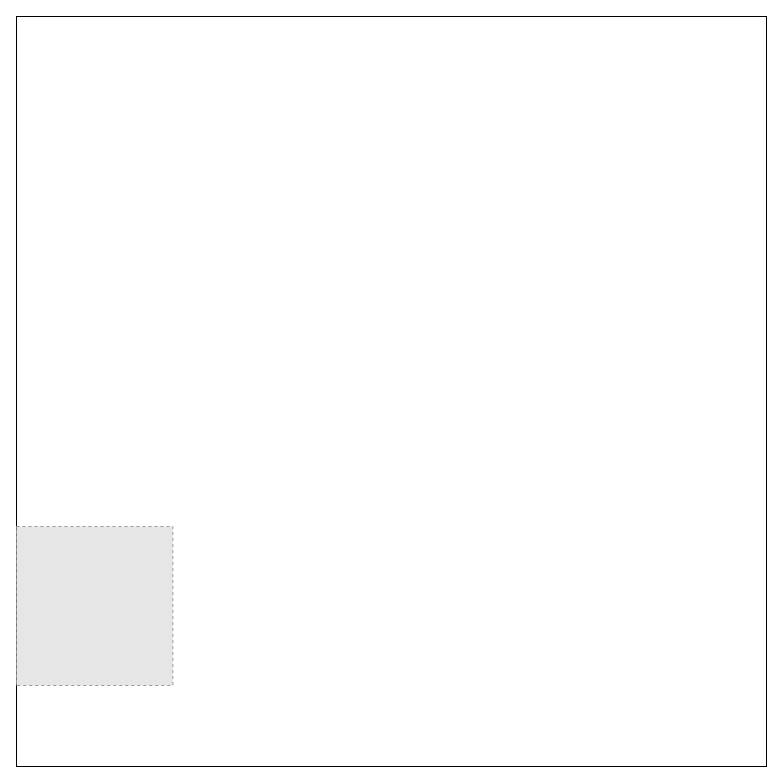
Above: GardenDesign Diagram.drawio in kpbindu/Diagrams (draw.io), before the change. Source tidied: cells renumbered, new cells numbered last; positions are measured from the earlier drawing's top-left corner, leaving out a move shared by most shapes. Both pictures are drawn from the tidied source at 100%, with x=0, y=0 at pixel (16, 16). Pictures stored in the file or linked from it are replaced by grey dashed boxes.
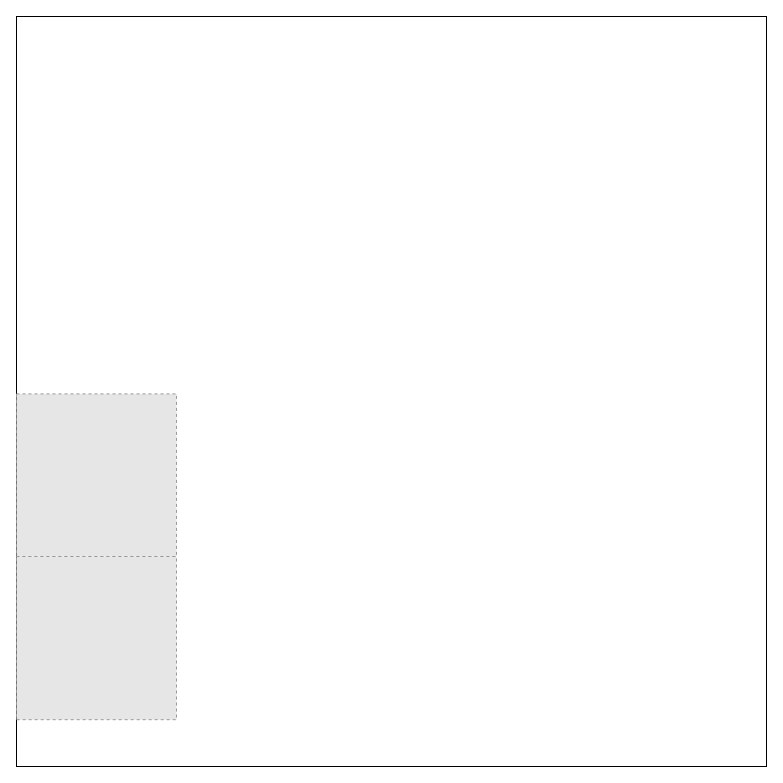
The same diagram, later.

The edit, as a diff of the source:
```diff
@@
 <mxGraphModel>
   <root>
     <mxCell id="0" />
     <mxCell id="1" parent="0" />
     <mxCell id="2" style="whiteSpace=wrap;html=1;" parent="1" vertex="1">
       <mxGeometry width="750" height="750" as="geometry" />
     </mxCell>
     <mxCell id="3" style="fillColor=#E6E6E6;strokeColor=#999999;dashed=1;verticalLabelPosition=bottom;labelBackgroundColor=#ffffff;verticalAlign=top;" parent="1" vertex="1">
-      <mxGeometry y="510" width="156.4" height="159" as="geometry" />
+      <mxGeometry y="377.4" width="160" height="162.6" as="geometry" />
     </mxCell>
+    <mxCell id="4" style="fillColor=#E6E6E6;strokeColor=#999999;dashed=1;verticalLabelPosition=bottom;labelBackgroundColor=#ffffff;verticalAlign=top;" parent="1" vertex="1">
+      <mxGeometry y="540" width="160" height="163.2" as="geometry" />
+    </mxCell>
   </root>
 </mxGraphModel>
```
